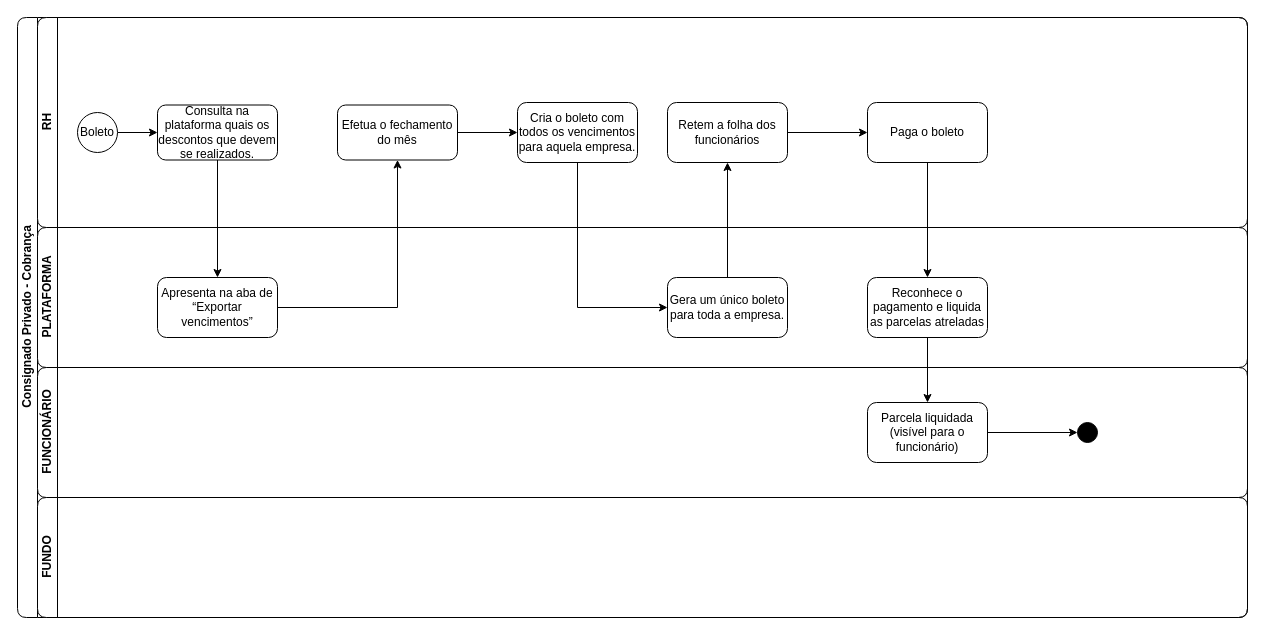
The draw.io diagram Consignado_Privado(Cobrança).drawio in lmsantos-1/lmsantos-1, before the edit. Source tidied: cells renumbered, new cells numbered last; positions are measured from the earlier drawing's top-left corner, leaving out a move shared by most shapes. Both pictures are drawn from the tidied source at 100%, with x=0, y=0 at pixel (17, 17).
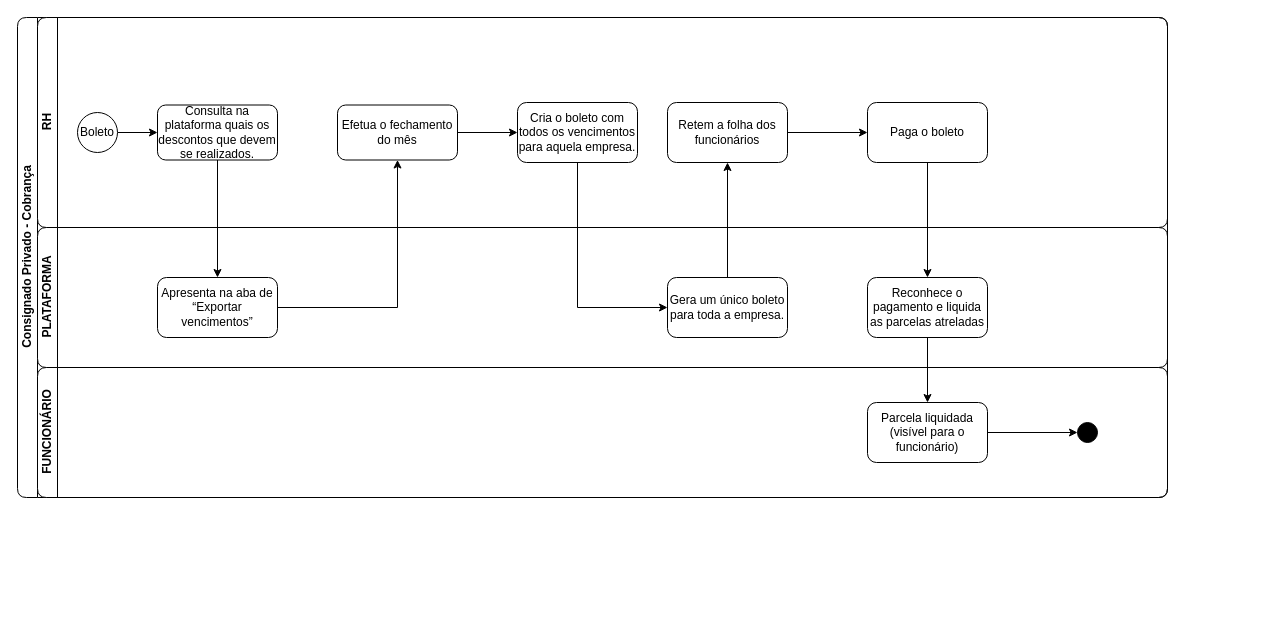
The same diagram, later.

Change to the diagram source:
```diff
@@
     <mxCell id="2" value="Consignado Privado - Cobrança" style="swimlane;html=1;horizontal=0;startSize=20;rounded=1;" parent="1" vertex="1">
-      <mxGeometry width="1230" height="600" as="geometry" />
+      <mxGeometry width="1150" height="480" as="geometry" />
     </mxCell>
     <mxCell id="3" value="RH" style="swimlane;html=1;startSize=20;horizontal=0;rounded=1;" parent="2" vertex="1">
-      <mxGeometry x="20" width="1210" height="210" as="geometry" />
+      <mxGeometry x="20" width="1130" height="210" as="geometry" />
     </mxCell>
@@
     <mxCell id="13" value="PLATAFORMA" style="swimlane;html=1;startSize=20;horizontal=0;rounded=1;" parent="2" vertex="1">
-      <mxGeometry x="20" y="210" width="1210" height="140" as="geometry" />
+      <mxGeometry x="20" y="210" width="1130" height="140" as="geometry" />
     </mxCell>
@@
     <mxCell id="28" value="FUNCIONÁRIO" style="swimlane;html=1;startSize=20;horizontal=0;rounded=1;" parent="2" vertex="1">
-      <mxGeometry x="20" y="350" width="1210" height="130" as="geometry" />
+      <mxGeometry x="20" y="350" width="1130" height="130" as="geometry" />
     </mxCell>
@@
-    <mxCell id="35" value="FUNDO" style="swimlane;html=1;startSize=20;horizontal=0;rounded=1;" parent="2" vertex="1">
-      <mxGeometry x="20" y="480" width="1210" height="120" as="geometry" />
-    </mxCell>
-    <mxCell id="36" style="edgeStyle=orthogonalEdgeStyle;rounded=0;orthogonalLoop=1;jettySize=auto;html=1;" parent="35" edge="1">
-      <mxGeometry relative="1" as="geometry">
-        <mxPoint x="2585" y="53.8" as="sourcePoint" />
-      </mxGeometry>
-    </mxCell>
-    <mxCell id="37" style="edgeStyle=orthogonalEdgeStyle;rounded=0;orthogonalLoop=1;jettySize=auto;html=1;" parent="35" edge="1">
-      <mxGeometry relative="1" as="geometry">
-        <mxPoint x="2385" y="53.8" as="sourcePoint" />
-      </mxGeometry>
-    </mxCell>
-    <mxCell id="38" style="edgeStyle=orthogonalEdgeStyle;rounded=0;orthogonalLoop=1;jettySize=auto;html=1;" parent="35" edge="1">
-      <mxGeometry relative="1" as="geometry">
-        <mxPoint x="2770" y="53.8" as="sourcePoint" />
-      </mxGeometry>
-    </mxCell>
```
